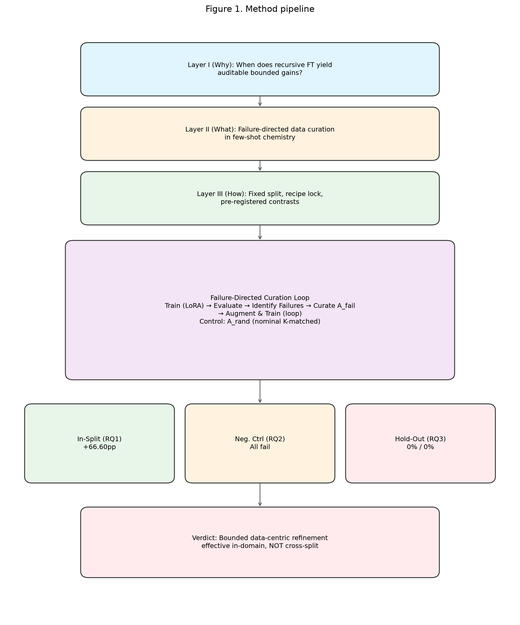
Earlier version of the Mermaid export figures/fig1_method_pipeline.png (ldd19990713-coder/rsi-failure-directed-curation). Its source is kept beside it as figures/fig1_method_pipeline.mmd.
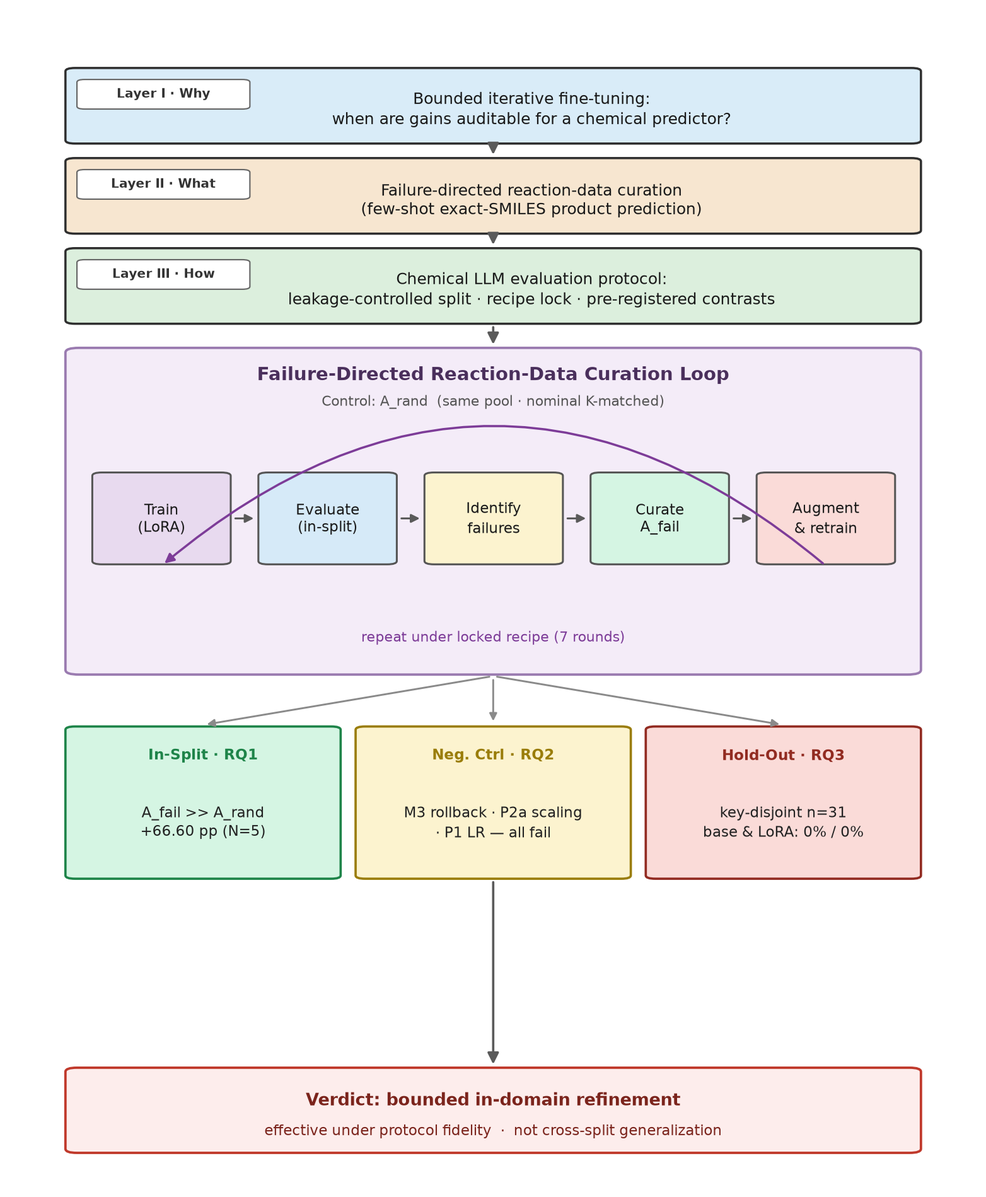
After the change.

What changed in the source:
```diff
@@ -1,48 +1,48 @@
 flowchart TD
-    subgraph Layer1["Layer I — Why"]
-        L1["When does recursive fine-tuning yield auditable bounded gains?"]
+    subgraph Layer1["Layer I · Why"]
+        L1["Bounded iterative fine-tuning: when are gains auditable for a chemical predictor?"]
     end
 
-    subgraph Layer2["Layer II — What"]
-        L2["Failure-directed data curation in few-shot chemistry"]
+    subgraph Layer2["Layer II · What"]
+        L2["Failure-directed reaction-data curation (few-shot exact-SMILES product prediction)"]
     end
 
-    subgraph Layer3["Layer III — How"]
-        L3["Fixed split, recipe lock, pre-registered contrasts"]
+    subgraph Layer3["Layer III · How"]
+        L3["Chemical LLM evaluation protocol: leakage-controlled split · recipe lock · pre-registered contrasts"]
     end
 
     Layer1 --> Layer2 --> Layer3
 
-    subgraph Loop["Failure-Directed Curation Loop"]
-        Train["Train (LoRA)"] --> Eval["Evaluate (Split)"]
-        Eval --> Fail["Identify Failures"]
+    subgraph Loop["Failure-Directed Reaction-Data Curation Loop"]
+        Train["Train (LoRA)"] --> Eval["Evaluate (in-split)"]
+        Eval --> Fail["Identify failures"]
         Fail --> Curate["Curate A_fail"]
-        Curate --> AugTrain["Augment & Train"]
+        Curate --> AugTrain["Augment & retrain"]
         AugTrain --> Train
     end
 
     Layer3 --> Loop
 
-    Control["Control: A_rand (same pool, random; nominal K-matched)"] -.-> Loop
+    Control["Control: A_rand (same pool · nominal K-matched)"] -.-> Loop
 
-    subgraph Gates["Evaluation Gates"]
+    subgraph Gates["Evaluation-protocol gates"]
         direction LR
-        RQ1["In-Split (RQ1)<br/>46 train, 97 eval<br/>A_fail vs A_rand<br/>Result: +66.60pp ✓"]
-        RQ2["Neg. Ctrl (RQ2)<br/>M3: Rollback<br/>P2a: Scaling<br/>P1: LR decay<br/>Result: All fail ✗"]
-        RQ3["Hold-Out (RQ3)<br/>31 samples, key-disjoint<br/>Base + LoRA<br/>Result: 0% / 0% ✗"]
+        RQ1["In-Split · RQ1<br/>A_fail ≫ A_rand<br/>+66.60 pp (N=5)"]
+        RQ2["Neg. Ctrl · RQ2<br/>M3 rollback · P2a scaling · P1 LR<br/>all fail"]
+        RQ3["Hold-Out · RQ3<br/>key-disjoint n=31<br/>base & LoRA: 0% / 0%"]
     end
 
     Loop --> Gates
 
     subgraph Verdict["Verdict"]
-        V["Bounded data-centric refinement:<br/>effective in-domain, NOT cross-split"]
+        V["Bounded in-domain refinement under protocol fidelity · not cross-split generalization"]
     end
 
     Gates --> Verdict
 
-    style Layer1 fill:#e1f5fe
-    style Layer2 fill:#fff3e0
-    style Layer3 fill:#e8f5e9
-    style Loop fill:#f3e5f5
+    style Layer1 fill:#D9ECF8
+    style Layer2 fill:#F7E6D0
+    style Layer3 fill:#DCEFDD
+    style Loop fill:#F4ECF8
     style Gates fill:#fafafa
-    style Verdict fill:#ffebee
+    style Verdict fill:#FDEDEC
```
